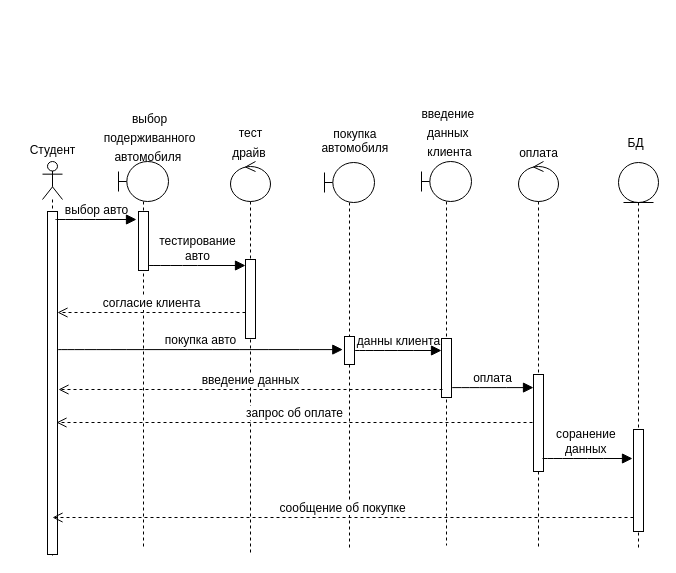
The draw.io diagram sequence_diagram_masa.drawio in mati-tech/draw.io, before the edit. Source tidied: cells renumbered, new cells numbered last; positions are measured from the earlier drawing's top-left corner, leaving out a move shared by most shapes. Both pictures are drawn from the tidied source at 100%, with x=0, y=0 at pixel (17, 96).
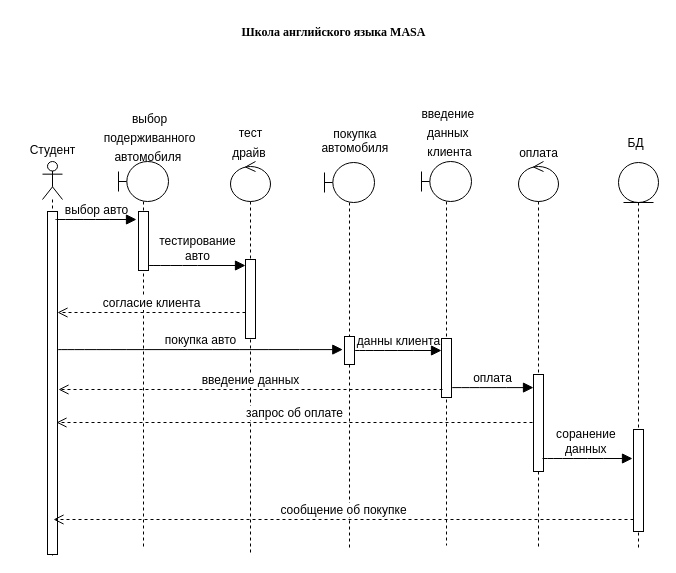
Above is the later version.

The change refers to these unchanged cells:
```xml
<mxCell id="3" style="html=1;points=[[0,0,0,0,5],[0,1,0,0,-5],[1,0,0,0,5],[1,1,0,0,-5]];perimeter=orthogonalPerimeter;outlineConnect=0;targetShapes=umlLifeline;portConstraint=eastwest;newEdgeStyle={&quot;curved&quot;:0,&quot;rounded&quot;:0};" parent="2" vertex="1">
  <mxGeometry x="5" y="50" width="10" height="343" as="geometry" />
</mxCell>
<mxCell id="23" style="html=1;points=[[0,0,0,0,5],[0,1,0,0,-5],[1,0,0,0,5],[1,1,0,0,-5]];perimeter=orthogonalPerimeter;outlineConnect=0;targetShapes=umlLifeline;portConstraint=eastwest;newEdgeStyle={&quot;curved&quot;:0,&quot;rounded&quot;:0};" parent="22" vertex="1">
  <mxGeometry x="15" y="267" width="10" height="102" as="geometry" />
</mxCell>
```

Diff of the diagram source:
```diff
@@
-    <mxCell id="31" value="сообщение об покупке" style="html=1;verticalAlign=bottom;endArrow=open;dashed=1;endSize=8;curved=0;rounded=0;fontSize=12;" parent="1" edge="1" source="23">
-      <mxGeometry relative="1" as="geometry">
-        <mxPoint x="35" y="421" as="targetPoint" />
-      </mxGeometry>
+    <mxCell id="31" value="сообщение об покупке" style="html=1;verticalAlign=bottom;endArrow=open;dashed=1;endSize=8;curved=0;rounded=0;fontSize=12;entryX=0.6;entryY=0.898;entryDx=0;entryDy=0;entryPerimeter=0;" parent="1" edge="1" source="23" target="3">
+      <mxGeometry relative="1" as="geometry" />
     </mxCell>
@@
+    <mxCell id="33" value="&lt;span style=&quot;font-weight: 700;&quot;&gt;&lt;font face=&quot;Times New Roman&quot;&gt;Школа английского языка MASA&lt;/font&gt;&lt;/span&gt;" style="text;html=1;align=center;verticalAlign=middle;strokeColor=none;fillColor=none;" parent="1" vertex="1">
+      <mxGeometry x="211" y="-79" width="210" height="30" as="geometry" />
+    </mxCell>
```
